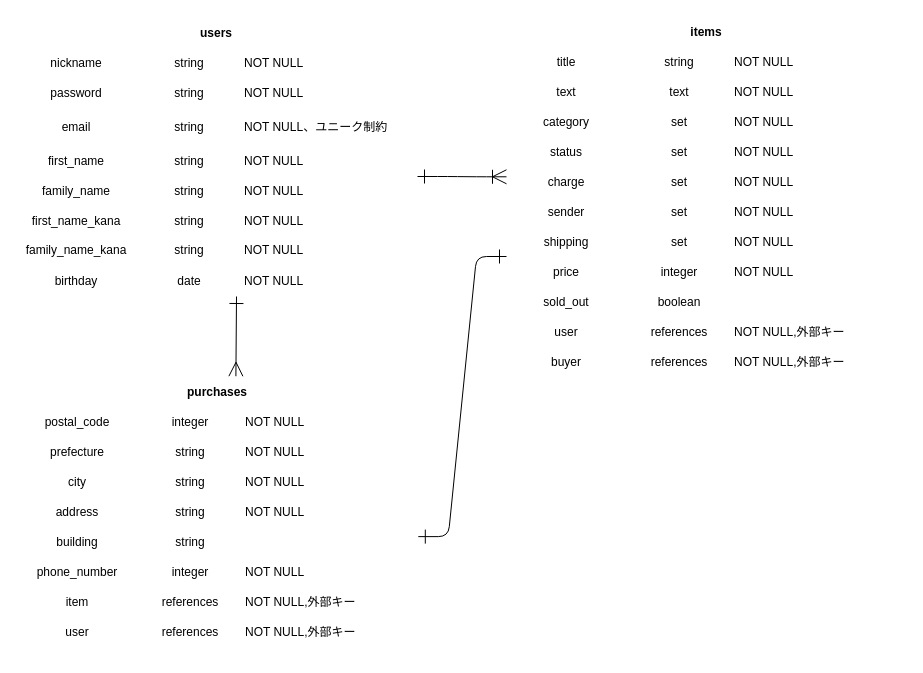
Above: ER .dio in evShun/furima-38994 (draw.io), before the change. Source tidied: cells renumbered, new cells numbered last; positions are measured from the earlier drawing's top-left corner, leaving out a move shared by most shapes. Both pictures are drawn from the tidied source at 100%, with x=0, y=0 at pixel (16, 16).
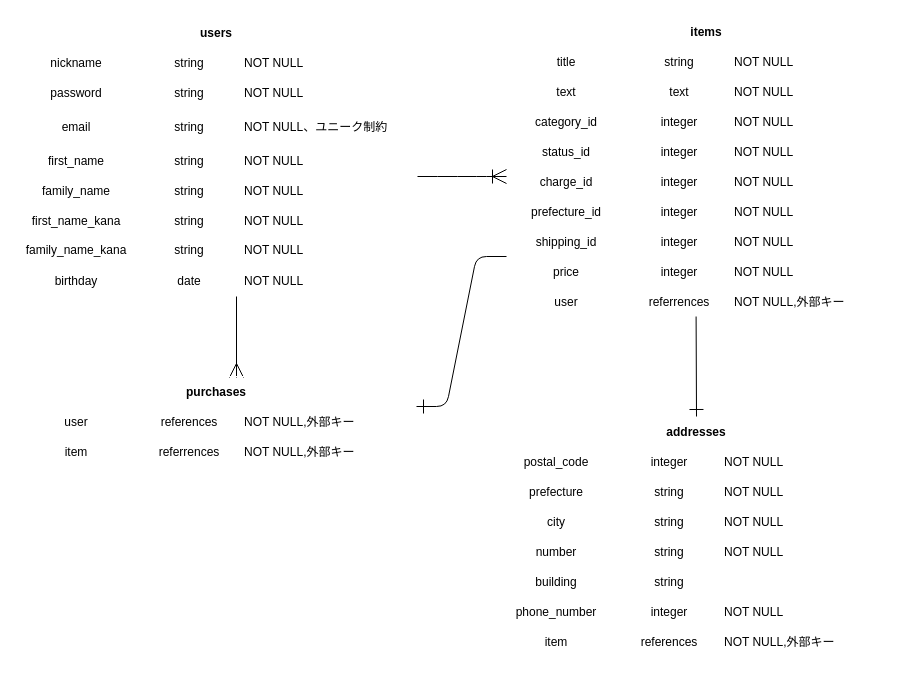
The same diagram, later.

Unchanged cells that the change refers to:
```xml
<mxCell id="44" style="shape=tableRow;horizontal=0;startSize=0;swimlaneHead=0;swimlaneBody=0;fillColor=none;top=0;left=0;right=0;bottom=0;strokeColor=#FFFFFF;fontSize=12;" parent="35" vertex="1">
  <mxGeometry y="90" width="400" height="30" as="geometry" />
</mxCell>
<mxCell id="48" style="shape=tableRow;horizontal=0;startSize=0;swimlaneHead=0;swimlaneBody=0;fillColor=none;top=0;left=0;right=0;bottom=0;strokeColor=#FFFFFF;fontSize=12;" parent="35" vertex="1">
  <mxGeometry y="120" width="400" height="30" as="geometry" />
</mxCell>
<mxCell id="52" style="shape=tableRow;horizontal=0;startSize=0;swimlaneHead=0;swimlaneBody=0;fillColor=none;points=[[0,0.5],[1,0.5]];portConstraint=eastwest;top=0;left=0;right=0;bottom=0;strokeColor=#FFFFFF;fontSize=12;" parent="35" vertex="1">
  <mxGeometry y="150" width="400" height="30" as="geometry" />
</mxCell>
<mxCell id="56" style="shape=tableRow;horizontal=0;startSize=0;swimlaneHead=0;swimlaneBody=0;fillColor=none;top=0;left=0;right=0;bottom=0;strokeColor=#FFFFFF;fontSize=12;" parent="35" vertex="1">
  <mxGeometry y="180" width="400" height="30" as="geometry" />
</mxCell>
<mxCell id="60" style="shape=tableRow;horizontal=0;startSize=0;swimlaneHead=0;swimlaneBody=0;fillColor=none;top=0;left=0;right=0;bottom=0;strokeColor=#FFFFFF;fontSize=12;" parent="35" vertex="1">
  <mxGeometry y="210" width="400" height="30" as="geometry" />
</mxCell>
<mxCell id="64" style="shape=tableRow;horizontal=0;startSize=0;swimlaneHead=0;swimlaneBody=0;fillColor=none;points=[[0,0.5],[1,0.5]];portConstraint=eastwest;top=0;left=0;right=0;bottom=0;strokeColor=#FFFFFF;fontSize=12;" parent="35" vertex="1">
  <mxGeometry y="240" width="400" height="30" as="geometry" />
</mxCell>
<mxCell id="68" style="shape=tableRow;horizontal=0;startSize=0;swimlaneHead=0;swimlaneBody=0;fillColor=none;points=[[0,0.5],[1,0.5]];portConstraint=eastwest;top=0;left=0;right=0;bottom=0;strokeColor=#FFFFFF;fontSize=12;" parent="35" vertex="1">
  <mxGeometry y="270" width="400" height="30" as="geometry" />
</mxCell>
<mxCell id="93" style="shape=tableRow;horizontal=0;startSize=0;swimlaneHead=0;swimlaneBody=0;fillColor=none;top=0;left=0;right=0;bottom=0;strokeColor=#FFFFFF;fontSize=12;" parent="80" vertex="1">
  <mxGeometry y="120" width="400" height="30" as="geometry" />
</mxCell>
<mxCell id="97" style="shape=tableRow;horizontal=0;startSize=0;swimlaneHead=0;swimlaneBody=0;fillColor=none;points=[[0,0.5],[1,0.5]];portConstraint=eastwest;top=0;left=0;right=0;bottom=0;strokeColor=#FFFFFF;fontSize=12;" parent="80" vertex="1">
  <mxGeometry y="150" width="400" height="30" as="geometry" />
</mxCell>
```

Diff of the diagram source:
```diff
@@
     <mxCell id="35" value="items" style="shape=table;startSize=30;childLayout=tableLayout;rowLines=0;fontStyle=1;align=center;strokeColor=#FFFFFF;fontSize=12;fillColor=none;" parent="1" vertex="1">
-      <mxGeometry x="490" width="400" height="360" as="geometry" />
+      <mxGeometry x="490" width="400" height="300" as="geometry" />
     </mxCell>
@@
-    <mxCell id="45" value="category" style="shape=partialRectangle;fillColor=none;top=0;left=0;bottom=0;right=0;overflow=hidden;strokeColor=#FFFFFF;fontSize=12;" parent="44" vertex="1">
+    <mxCell id="45" value="category_id" style="shape=partialRectangle;fillColor=none;top=0;left=0;bottom=0;right=0;overflow=hidden;strokeColor=#FFFFFF;fontSize=12;" parent="44" vertex="1">
       <mxGeometry width="120" height="30" as="geometry" />
     </mxCell>
-    <mxCell id="46" value="set" style="shape=partialRectangle;fillColor=none;top=0;left=0;bottom=0;right=0;align=center;spacingLeft=6;overflow=hidden;strokeColor=#FFFFFF;fontSize=12;" parent="44" vertex="1">
+    <mxCell id="46" value="integer" style="shape=partialRectangle;fillColor=none;top=0;left=0;bottom=0;right=0;align=center;spacingLeft=6;overflow=hidden;strokeColor=#FFFFFF;fontSize=12;" parent="44" vertex="1">
       <mxGeometry x="120" width="100" height="30" as="geometry" />
     </mxCell>
@@
-    <mxCell id="49" value="status" style="shape=partialRectangle;fillColor=none;top=0;left=0;bottom=0;right=0;overflow=hidden;strokeColor=#FFFFFF;fontSize=12;" parent="48" vertex="1">
+    <mxCell id="49" value="status_id" style="shape=partialRectangle;fillColor=none;top=0;left=0;bottom=0;right=0;overflow=hidden;strokeColor=#FFFFFF;fontSize=12;" parent="48" vertex="1">
       <mxGeometry width="120" height="30" as="geometry" />
     </mxCell>
-    <mxCell id="50" value="set" style="shape=partialRectangle;fillColor=none;top=0;left=0;bottom=0;right=0;align=center;spacingLeft=6;overflow=hidden;strokeColor=#FFFFFF;fontSize=12;" parent="48" vertex="1">
+    <mxCell id="50" value="integer" style="shape=partialRectangle;fillColor=none;top=0;left=0;bottom=0;right=0;align=center;spacingLeft=6;overflow=hidden;strokeColor=#FFFFFF;fontSize=12;" parent="48" vertex="1">
       <mxGeometry x="120" width="100" height="30" as="geometry" />
     </mxCell>
@@
-    <mxCell id="53" value="charge" style="shape=partialRectangle;fillColor=none;top=0;left=0;bottom=0;right=0;overflow=hidden;strokeColor=#FFFFFF;fontSize=12;" parent="52" vertex="1">
+    <mxCell id="53" value="charge_id" style="shape=partialRectangle;fillColor=none;top=0;left=0;bottom=0;right=0;overflow=hidden;strokeColor=#FFFFFF;fontSize=12;" parent="52" vertex="1">
       <mxGeometry width="120" height="30" as="geometry" />
     </mxCell>
-    <mxCell id="54" value="set" style="shape=partialRectangle;fillColor=none;top=0;left=0;bottom=0;right=0;align=center;spacingLeft=6;overflow=hidden;strokeColor=#FFFFFF;fontSize=12;" parent="52" vertex="1">
+    <mxCell id="54" value="integer" style="shape=partialRectangle;fillColor=none;top=0;left=0;bottom=0;right=0;align=center;spacingLeft=6;overflow=hidden;strokeColor=#FFFFFF;fontSize=12;" parent="52" vertex="1">
       <mxGeometry x="120" width="100" height="30" as="geometry" />
     </mxCell>
@@
-    <mxCell id="57" value="sender" style="shape=partialRectangle;fillColor=none;top=0;left=0;bottom=0;right=0;overflow=hidden;strokeColor=#FFFFFF;fontSize=12;" parent="56" vertex="1">
+    <mxCell id="57" value="prefecture_id" style="shape=partialRectangle;fillColor=none;top=0;left=0;bottom=0;right=0;overflow=hidden;strokeColor=#FFFFFF;fontSize=12;" parent="56" vertex="1">
       <mxGeometry width="120" height="30" as="geometry" />
     </mxCell>
-    <mxCell id="58" value="set" style="shape=partialRectangle;fillColor=none;top=0;left=0;bottom=0;right=0;align=center;spacingLeft=6;overflow=hidden;strokeColor=#FFFFFF;fontSize=12;" parent="56" vertex="1">
+    <mxCell id="58" value="integer" style="shape=partialRectangle;fillColor=none;top=0;left=0;bottom=0;right=0;align=center;spacingLeft=6;overflow=hidden;strokeColor=#FFFFFF;fontSize=12;" parent="56" vertex="1">
       <mxGeometry x="120" width="100" height="30" as="geometry" />
     </mxCell>
@@
-    <mxCell id="61" value="shipping" style="shape=partialRectangle;fillColor=none;top=0;left=0;bottom=0;right=0;overflow=hidden;strokeColor=#FFFFFF;fontSize=12;" parent="60" vertex="1">
+    <mxCell id="61" value="shipping_id" style="shape=partialRectangle;fillColor=none;top=0;left=0;bottom=0;right=0;overflow=hidden;strokeColor=#FFFFFF;fontSize=12;" parent="60" vertex="1">
       <mxGeometry width="120" height="30" as="geometry" />
     </mxCell>
-    <mxCell id="62" value="set" style="shape=partialRectangle;fillColor=none;top=0;left=0;bottom=0;right=0;align=center;spacingLeft=6;overflow=hidden;strokeColor=#FFFFFF;fontSize=12;" parent="60" vertex="1">
+    <mxCell id="62" value="integer" style="shape=partialRectangle;fillColor=none;top=0;left=0;bottom=0;right=0;align=center;spacingLeft=6;overflow=hidden;strokeColor=#FFFFFF;fontSize=12;" parent="60" vertex="1">
       <mxGeometry x="120" width="100" height="30" as="geometry" />
     </mxCell>
@@
-    <mxCell id="69" value="sold_out" style="shape=partialRectangle;fillColor=none;top=0;left=0;bottom=0;right=0;overflow=hidden;strokeColor=#FFFFFF;fontSize=12;" parent="68" vertex="1">
-      <mxGeometry width="120" height="30" as="geometry" />
-    </mxCell>
-    <mxCell id="70" value="boolean" style="shape=partialRectangle;fillColor=none;top=0;left=0;bottom=0;right=0;align=center;spacingLeft=6;overflow=hidden;strokeColor=#FFFFFF;fontSize=12;" parent="68" vertex="1">
-      <mxGeometry x="120" width="100" height="30" as="geometry" />
-    </mxCell>
-    <mxCell id="71" style="shape=partialRectangle;fillColor=none;top=0;left=0;bottom=0;right=0;align=left;spacingLeft=6;overflow=hidden;strokeColor=#FFFFFF;fontSize=12;" parent="68" vertex="1">
-      <mxGeometry x="220" width="180" height="30" as="geometry" />
-    </mxCell>
-    <mxCell id="72" style="shape=tableRow;horizontal=0;startSize=0;swimlaneHead=0;swimlaneBody=0;fillColor=none;top=0;left=0;right=0;bottom=0;strokeColor=#FFFFFF;fontSize=12;" parent="35" vertex="1">
-      <mxGeometry y="300" width="400" height="30" as="geometry" />
-    </mxCell>
-    <mxCell id="73" value="user" style="shape=partialRectangle;fillColor=none;top=0;left=0;bottom=0;right=0;overflow=hidden;strokeColor=#FFFFFF;fontSize=12;" parent="72" vertex="1">
-      <mxGeometry width="120" height="30" as="geometry" />
-    </mxCell>
-    <mxCell id="74" value="references" style="shape=partialRectangle;fillColor=none;top=0;left=0;bottom=0;right=0;align=center;spacingLeft=6;overflow=hidden;strokeColor=#FFFFFF;fontSize=12;" parent="72" vertex="1">
-      <mxGeometry x="120" width="100" height="30" as="geometry" />
-    </mxCell>
-    <mxCell id="75" value="NOT NULL,外部キー" style="shape=partialRectangle;fillColor=none;top=0;left=0;bottom=0;right=0;align=left;spacingLeft=6;overflow=hidden;strokeColor=#FFFFFF;fontSize=12;" parent="72" vertex="1">
-      <mxGeometry x="220" width="180" height="30" as="geometry" />
-    </mxCell>
-    <mxCell id="76" style="shape=tableRow;horizontal=0;startSize=0;swimlaneHead=0;swimlaneBody=0;fillColor=none;top=0;left=0;right=0;bottom=0;strokeColor=#FFFFFF;fontSize=12;" parent="35" vertex="1">
-      <mxGeometry y="330" width="400" height="30" as="geometry" />
-    </mxCell>
-    <mxCell id="77" value="buyer" style="shape=partialRectangle;fillColor=none;top=0;left=0;bottom=0;right=0;overflow=hidden;strokeColor=#FFFFFF;fontSize=12;" parent="76" vertex="1">
-      <mxGeometry width="120" height="30" as="geometry" />
-    </mxCell>
-    <mxCell id="78" value="references" style="shape=partialRectangle;fillColor=none;top=0;left=0;bottom=0;right=0;align=center;spacingLeft=6;overflow=hidden;strokeColor=#FFFFFF;fontSize=12;" parent="76" vertex="1">
-      <mxGeometry x="120" width="100" height="30" as="geometry" />
-    </mxCell>
-    <mxCell id="79" value="NOT NULL,外部キー" style="shape=partialRectangle;fillColor=none;top=0;left=0;bottom=0;right=0;align=left;spacingLeft=6;overflow=hidden;strokeColor=#FFFFFF;fontSize=12;" parent="76" vertex="1">
-      <mxGeometry x="220" width="180" height="30" as="geometry" />
-    </mxCell>
+    <mxCell id="116" value="user" style="shape=partialRectangle;fillColor=none;top=0;left=0;bottom=0;right=0;overflow=hidden;strokeColor=#FFFFFF;fontSize=12;" parent="68" vertex="1">
+      <mxGeometry width="120" height="30" as="geometry" />
+    </mxCell>
+    <mxCell id="117" value="referrences" style="shape=partialRectangle;fillColor=none;top=0;left=0;bottom=0;right=0;align=center;spacingLeft=6;overflow=hidden;strokeColor=#FFFFFF;fontSize=12;" parent="68" vertex="1">
+      <mxGeometry x="120" width="100" height="30" as="geometry" />
+    </mxCell>
+    <mxCell id="118" value="NOT NULL,外部キー" style="shape=partialRectangle;fillColor=none;top=0;left=0;bottom=0;right=0;align=left;spacingLeft=6;overflow=hidden;strokeColor=#FFFFFF;fontSize=12;" parent="68" vertex="1">
+      <mxGeometry x="220" width="180" height="30" as="geometry" />
+    </mxCell>
-    <mxCell id="80" value="purchases" style="shape=table;startSize=30;childLayout=tableLayout;rowLines=0;fontStyle=1;align=center;strokeColor=#FFFFFF;fontSize=12;fillColor=none;" parent="1" vertex="1">
-      <mxGeometry x="1" y="360" width="400" height="270" as="geometry" />
+    <mxCell id="80" value="addresses" style="shape=table;startSize=30;childLayout=tableLayout;rowLines=0;fontStyle=1;align=center;strokeColor=#FFFFFF;fontSize=12;fillColor=none;" parent="1" vertex="1">
+      <mxGeometry x="480" y="400" width="400" height="240" as="geometry" />
     </mxCell>
@@
-    <mxCell id="94" value="address" style="shape=partialRectangle;fillColor=none;top=0;left=0;bottom=0;right=0;overflow=hidden;strokeColor=#FFFFFF;fontSize=12;" parent="93" vertex="1">
+    <mxCell id="94" value="number" style="shape=partialRectangle;fillColor=none;top=0;left=0;bottom=0;right=0;overflow=hidden;strokeColor=#FFFFFF;fontSize=12;" parent="93" vertex="1">
       <mxGeometry width="120" height="30" as="geometry" />
     </mxCell>
@@
-    <mxCell id="109" style="shape=tableRow;horizontal=0;startSize=0;swimlaneHead=0;swimlaneBody=0;fillColor=none;top=0;left=0;right=0;bottom=0;strokeColor=#FFFFFF;fontSize=12;" parent="80" vertex="1">
-      <mxGeometry y="240" width="400" height="30" as="geometry" />
-    </mxCell>
-    <mxCell id="110" value="user" style="shape=partialRectangle;fillColor=none;top=0;left=0;bottom=0;right=0;overflow=hidden;strokeColor=#FFFFFF;fontSize=12;" parent="109" vertex="1">
-      <mxGeometry width="120" height="30" as="geometry" />
-    </mxCell>
-    <mxCell id="111" value="references" style="shape=partialRectangle;fillColor=none;top=0;left=0;bottom=0;right=0;align=center;spacingLeft=6;overflow=hidden;strokeColor=#FFFFFF;fontSize=12;" parent="109" vertex="1">
-      <mxGeometry x="120" width="100" height="30" as="geometry" />
-    </mxCell>
-    <mxCell id="112" value="NOT NULL,外部キー" style="shape=partialRectangle;fillColor=none;top=0;left=0;bottom=0;right=0;align=left;spacingLeft=6;overflow=hidden;strokeColor=#FFFFFF;fontSize=12;" parent="109" vertex="1">
-      <mxGeometry x="220" width="180" height="30" as="geometry" />
-    </mxCell>
-    <mxCell id="113" style="edgeStyle=entityRelationEdgeStyle;fontSize=12;html=1;endArrow=ERoneToMany;entryX=0;entryY=0.343;entryDx=0;entryDy=0;entryPerimeter=0;startArrow=ERone;startFill=0;endSize=12;startSize=12;" parent="1" edge="1" target="52">
+    <mxCell id="113" style="edgeStyle=entityRelationEdgeStyle;fontSize=12;html=1;endArrow=ERoneToMany;startArrow=none;startFill=0;endSize=12;startSize=12;" parent="1" edge="1">
       <mxGeometry relative="1" as="geometry">
         <mxPoint x="401" y="160" as="sourcePoint" />
+        <mxPoint x="490" y="160" as="targetPoint" />
       </mxGeometry>
     </mxCell>
-    <mxCell id="114" style="fontSize=12;html=1;endArrow=ERmany;jumpSize=6;entryX=0.546;entryY=-0.001;entryDx=0;entryDy=0;entryPerimeter=0;startArrow=ERone;startFill=0;endSize=12;startSize=12;" parent="1" edge="1" target="80">
+    <mxCell id="114" style="fontSize=12;html=1;endArrow=ERmany;jumpSize=6;startArrow=none;startFill=0;endSize=12;startSize=12;" parent="1" edge="1">
       <mxGeometry relative="1" as="geometry">
         <mxPoint x="220" y="280" as="sourcePoint" />
+        <mxPoint x="220" y="361" as="targetPoint" />
       </mxGeometry>
     </mxCell>
-    <mxCell id="115" style="edgeStyle=entityRelationEdgeStyle;fontSize=12;html=1;endArrow=ERone;startArrow=ERone;jumpSize=6;entryX=0;entryY=0;entryDx=0;entryDy=0;entryPerimeter=0;endFill=0;exitX=1.002;exitY=0.337;exitDx=0;exitDy=0;exitPerimeter=0;startFill=0;endSize=12;startSize=12;" parent="1" edge="1" source="97" target="64">
-      <mxGeometry relative="1" as="geometry" />
+    <mxCell id="115" style="fontSize=12;html=1;endArrow=none;startArrow=ERone;jumpSize=6;endFill=0;startFill=0;endSize=12;startSize=12;entryX=0.474;entryY=1.001;entryDx=0;entryDy=0;entryPerimeter=0;" parent="1" edge="1" target="68">
+      <mxGeometry relative="1" as="geometry">
+        <mxPoint x="680" y="400" as="sourcePoint" />
+      </mxGeometry>
     </mxCell>
+    <mxCell id="119" value="purchases" style="shape=table;startSize=30;childLayout=tableLayout;rowLines=0;fontStyle=1;align=center;strokeColor=#FFFFFF;fontSize=12;fillColor=none;" parent="1" vertex="1">
+      <mxGeometry y="360" width="400" height="90" as="geometry" />
+    </mxCell>
+    <mxCell id="120" style="shape=tableRow;horizontal=0;startSize=0;swimlaneHead=0;swimlaneBody=0;fillColor=none;top=0;left=0;right=0;bottom=0;strokeColor=#FFFFFF;fontSize=12;" parent="119" vertex="1">
+      <mxGeometry y="30" width="400" height="30" as="geometry" />
+    </mxCell>
+    <mxCell id="121" value="user" style="shape=partialRectangle;fillColor=none;top=0;left=0;bottom=0;right=0;overflow=hidden;strokeColor=#FFFFFF;fontSize=12;" parent="120" vertex="1">
+      <mxGeometry width="120" height="30" as="geometry" />
+    </mxCell>
+    <mxCell id="122" value="references" style="shape=partialRectangle;fillColor=none;top=0;left=0;bottom=0;right=0;align=center;spacingLeft=6;overflow=hidden;strokeColor=#FFFFFF;fontSize=12;" parent="120" vertex="1">
+      <mxGeometry x="120" width="100" height="30" as="geometry" />
+    </mxCell>
+    <mxCell id="123" value="NOT NULL,外部キー" style="shape=partialRectangle;fillColor=none;top=0;left=0;bottom=0;right=0;align=left;spacingLeft=6;overflow=hidden;strokeColor=#FFFFFF;fontSize=12;" parent="120" vertex="1">
+      <mxGeometry x="220" width="180" height="30" as="geometry" />
+    </mxCell>
+    <mxCell id="124" style="shape=tableRow;horizontal=0;startSize=0;swimlaneHead=0;swimlaneBody=0;fillColor=none;top=0;left=0;right=0;bottom=0;strokeColor=#FFFFFF;fontSize=12;" parent="119" vertex="1">
+      <mxGeometry y="60" width="400" height="30" as="geometry" />
+    </mxCell>
+    <mxCell id="125" value="item" style="shape=partialRectangle;fillColor=none;top=0;left=0;bottom=0;right=0;overflow=hidden;strokeColor=#FFFFFF;fontSize=12;" parent="124" vertex="1">
+      <mxGeometry width="120" height="30" as="geometry" />
+    </mxCell>
+    <mxCell id="126" value="referrences" style="shape=partialRectangle;fillColor=none;top=0;left=0;bottom=0;right=0;align=center;spacingLeft=6;overflow=hidden;strokeColor=#FFFFFF;fontSize=12;" parent="124" vertex="1">
+      <mxGeometry x="120" width="100" height="30" as="geometry" />
+    </mxCell>
+    <mxCell id="127" value="NOT NULL,外部キー" style="shape=partialRectangle;fillColor=none;top=0;left=0;bottom=0;right=0;align=left;spacingLeft=6;overflow=hidden;strokeColor=#FFFFFF;fontSize=12;" parent="124" vertex="1">
+      <mxGeometry x="220" width="180" height="30" as="geometry" />
+    </mxCell>
+    <mxCell id="128" style="edgeStyle=entityRelationEdgeStyle;fontSize=12;html=1;endArrow=none;startSize=12;endSize=12;jumpSize=6;startArrow=ERone;startFill=0;endFill=0;" parent="1" edge="1">
+      <mxGeometry relative="1" as="geometry">
+        <mxPoint x="400" y="390" as="sourcePoint" />
+        <mxPoint x="490" y="240" as="targetPoint" />
+      </mxGeometry>
+    </mxCell>
```
